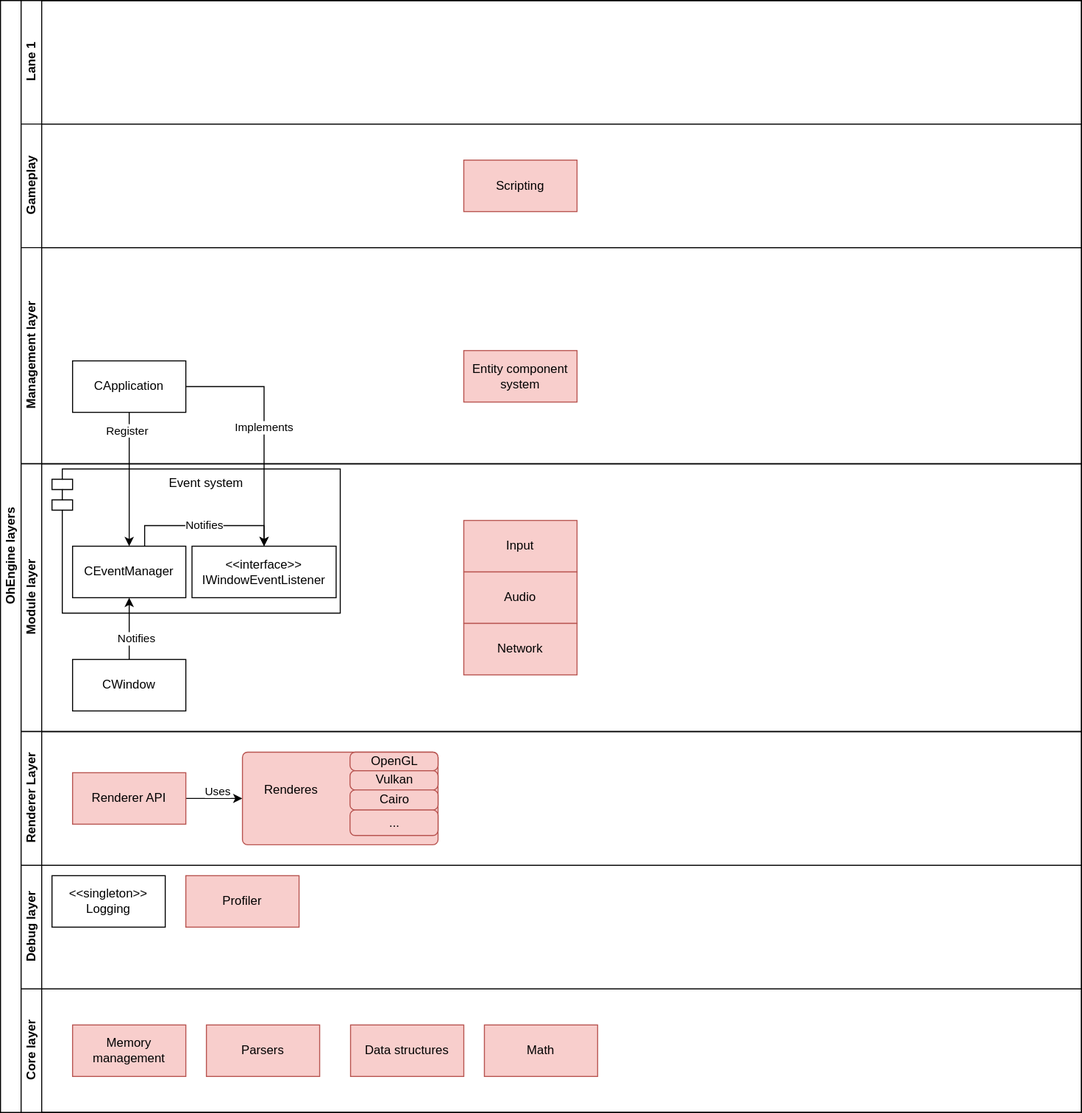
Earlier version of the draw.io export docs/LayerDiagram.svg (eHonnef/OhEngine). Source tidied: cells renumbered, new cells last; positions are measured from the earlier drawing's top-left corner, leaving out a move shared by most shapes.
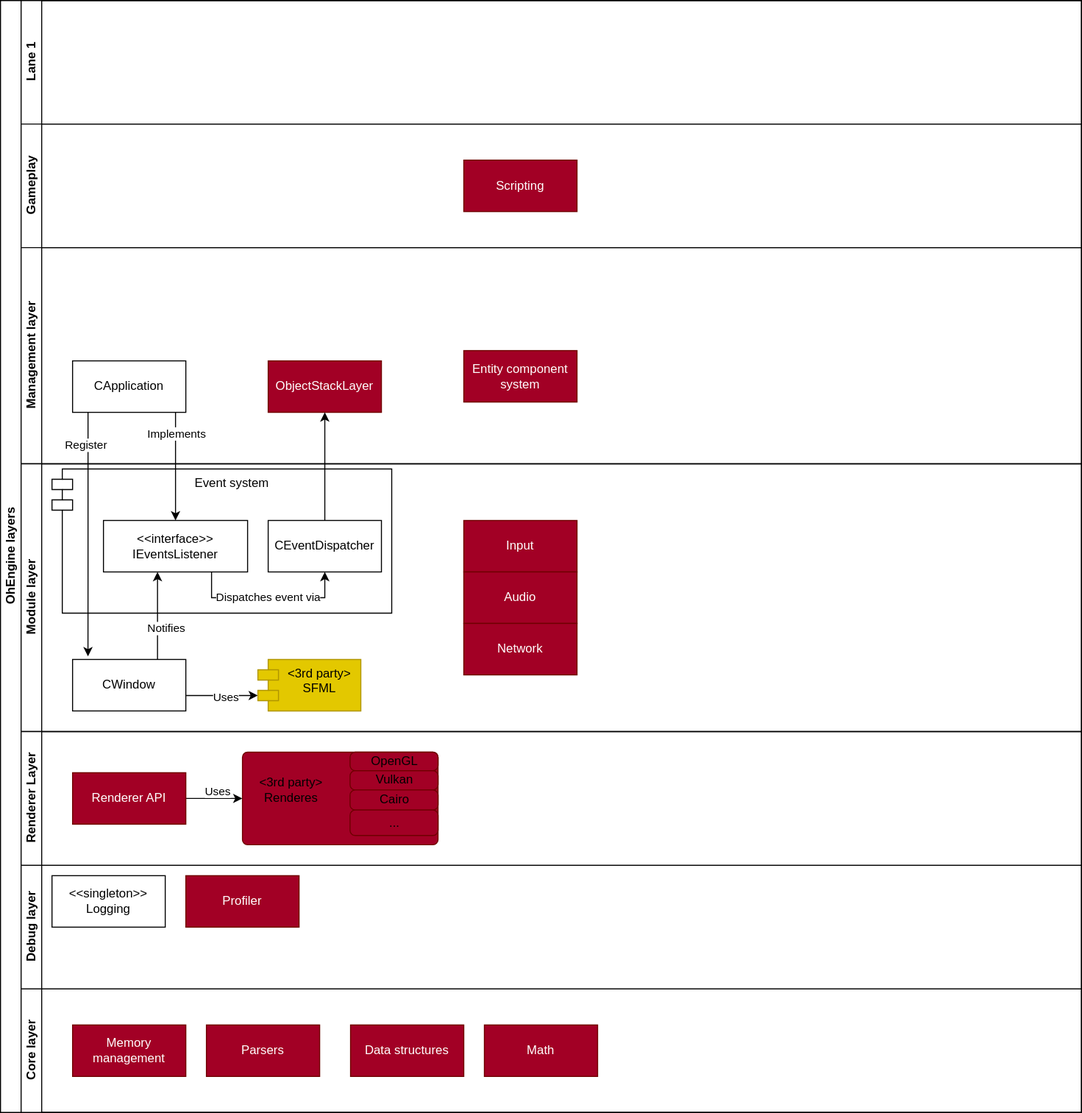
After the change.

The edit, as a diff of the source:
```diff
@@ -11,7 +11,7 @@
     <mxCell id="4" value="Gameplay" style="swimlane;startSize=20;horizontal=0;html=1;" parent="2" vertex="1">
       <mxGeometry x="20" y="120" width="1030" height="120" as="geometry" />
     </mxCell>
-    <mxCell id="5" value="Scripting" style="html=1;whiteSpace=wrap;fillColor=#f8cecc;strokeColor=#b85450;" parent="4" vertex="1">
+    <mxCell id="5" value="Scripting" style="html=1;whiteSpace=wrap;fillColor=#a20025;strokeColor=#6F0000;fontColor=#ffffff;" parent="4" vertex="1">
       <mxGeometry x="430" y="35" width="110" height="50" as="geometry" />
     </mxCell>
     <mxCell id="6" value="Management layer" style="swimlane;startSize=20;horizontal=0;html=1;" parent="2" vertex="1">
@@ -20,47 +20,67 @@
     <mxCell id="7" value="CApplication" style="html=1;whiteSpace=wrap;" parent="6" vertex="1">
       <mxGeometry x="50" y="110" width="110" height="50" as="geometry" />
     </mxCell>
-    <mxCell id="8" value="Entity component system" style="html=1;whiteSpace=wrap;fillColor=#f8cecc;strokeColor=#b85450;" parent="6" vertex="1">
+    <mxCell id="8" value="Entity component system" style="html=1;whiteSpace=wrap;fillColor=#a20025;strokeColor=#6F0000;fontColor=#ffffff;" parent="6" vertex="1">
       <mxGeometry x="430" y="100" width="110" height="50" as="geometry" />
     </mxCell>
+    <mxCell id="42" value="ObjectStackLayer" style="html=1;whiteSpace=wrap;fillColor=#a20025;fontColor=#ffffff;strokeColor=#6F0000;" parent="6" vertex="1">
+      <mxGeometry x="240" y="110" width="110" height="50" as="geometry" />
+    </mxCell>
     <mxCell id="9" value="Module layer" style="swimlane;startSize=20;horizontal=0;html=1;" parent="2" vertex="1">
       <mxGeometry x="20" y="450" width="1030" height="260" as="geometry" />
     </mxCell>
+    <mxCell id="43" style="edgeStyle=orthogonalEdgeStyle;rounded=0;jettySize=auto;html=1;entryX=0;entryY=0;entryDx=0;entryDy=35;entryPerimeter=0;" parent="9" edge="1" source="10" target="47">
+      <mxGeometry relative="1" as="geometry">
+        <Array as="points">
+          <mxPoint x="230" y="225" />
+          <mxPoint x="230" y="225" />
+        </Array>
+      </mxGeometry>
+    </mxCell>
+    <mxCell id="44" value="Uses" style="edgeLabel;html=1;align=center;verticalAlign=middle;" parent="43" vertex="1">
+      <mxGeometry x="0.09" y="-1" relative="1" as="geometry" />
+    </mxCell>
     <mxCell id="10" value="CWindow" style="html=1;whiteSpace=wrap;" parent="9" vertex="1">
       <mxGeometry x="50" y="190" width="110" height="50" as="geometry" />
     </mxCell>
-    <mxCell id="11" value="Input" style="html=1;whiteSpace=wrap;fillColor=#f8cecc;strokeColor=#b85450;" parent="9" vertex="1">
+    <mxCell id="11" value="Input" style="html=1;whiteSpace=wrap;fillColor=#a20025;strokeColor=#6F0000;fontColor=#ffffff;" parent="9" vertex="1">
       <mxGeometry x="430" y="55" width="110" height="50" as="geometry" />
     </mxCell>
-    <mxCell id="12" value="Audio" style="html=1;whiteSpace=wrap;fillColor=#f8cecc;strokeColor=#b85450;" parent="9" vertex="1">
+    <mxCell id="12" value="Audio" style="html=1;whiteSpace=wrap;fillColor=#a20025;strokeColor=#6F0000;fontColor=#ffffff;" parent="9" vertex="1">
       <mxGeometry x="430" y="105" width="110" height="50" as="geometry" />
     </mxCell>
-    <mxCell id="13" value="Network" style="html=1;whiteSpace=wrap;fillColor=#f8cecc;strokeColor=#b85450;" parent="9" vertex="1">
+    <mxCell id="13" value="Network" style="html=1;whiteSpace=wrap;fillColor=#a20025;strokeColor=#6F0000;fontColor=#ffffff;" parent="9" vertex="1">
       <mxGeometry x="430" y="155" width="110" height="50" as="geometry" />
     </mxCell>
     <mxCell id="14" value="Event system" style="shape=module;align=left;spacingLeft=20;align=center;verticalAlign=top;whiteSpace=wrap;html=1;" parent="9" vertex="1">
-      <mxGeometry x="30" y="5" width="280" height="140" as="geometry" />
+      <mxGeometry x="30" y="5" width="330" height="140" as="geometry" />
     </mxCell>
+    <mxCell id="45" value="Dispatches event via" style="edgeStyle=orthogonalEdgeStyle;rounded=0;jettySize=auto;html=1;entryX=0.5;entryY=1;entryDx=0;entryDy=0;exitX=0.75;exitY=1;exitDx=0;exitDy=0;" parent="9" edge="1" source="15" target="46">
+      <mxGeometry relative="1" as="geometry">
+        <Array as="points">
+          <mxPoint x="185" y="130" />
+          <mxPoint x="295" y="130" />
+        </Array>
+      </mxGeometry>
+    </mxCell>
-    <mxCell id="15" value="&amp;lt;&amp;lt;interface&amp;gt;&amp;gt;&lt;br&gt;IWindowEventListener" style="html=1;whiteSpace=wrap;" parent="9" vertex="1">
-      <mxGeometry x="166" y="80" width="140" height="50" as="geometry" />
+    <mxCell id="15" value="&amp;lt;&amp;lt;interface&amp;gt;&amp;gt;&lt;br&gt;IEventsListener" style="html=1;whiteSpace=wrap;" parent="9" vertex="1">
+      <mxGeometry x="80" y="55" width="140" height="50" as="geometry" />
     </mxCell>
-    <mxCell id="16" value="Notifies" style="edgeStyle=orthogonalEdgeStyle;rounded=0;jettySize=auto;html=1;" parent="9" edge="1" source="17" target="15">
-      <mxGeometry relative="1" as="geometry">
+    <mxCell id="16" value="Notifies" style="edgeStyle=orthogonalEdgeStyle;rounded=0;jettySize=auto;html=1;exitX=0.75;exitY=0;exitDx=0;exitDy=0;" parent="9" edge="1" source="10" target="15">
+      <mxGeometry x="-0.29" y="-7" relative="1" as="geometry">
         <Array as="points">
-          <mxPoint x="120" y="60" />
-          <mxPoint x="236" y="60" />
+          <mxPoint x="133" y="110" />
+          <mxPoint x="133" y="110" />
         </Array>
+        <mxPoint x="1" as="offset" />
       </mxGeometry>
     </mxCell>
-    <mxCell id="17" value="CEventManager" style="html=1;whiteSpace=wrap;" parent="9" vertex="1">
-      <mxGeometry x="50" y="80" width="110" height="50" as="geometry" />
-    </mxCell>
-    <mxCell id="18" style="edgeStyle=orthogonalEdgeStyle;rounded=0;jettySize=auto;html=1;entryX=0.5;entryY=1;entryDx=0;entryDy=0;" parent="9" edge="1" source="10" target="17">
-      <mxGeometry relative="1" as="geometry" />
-    </mxCell>
-    <mxCell id="19" value="Notifies" style="edgeLabel;html=1;align=center;verticalAlign=middle;" parent="18" vertex="1">
-      <mxGeometry x="-0.3" y="-6" relative="1" as="geometry" />
-    </mxCell>
+    <mxCell id="46" value="CEventDispatcher" style="html=1;whiteSpace=wrap;" parent="9" vertex="1">
+      <mxGeometry x="240" y="55" width="110" height="50" as="geometry" />
+    </mxCell>
+    <mxCell id="47" value="&amp;lt;3rd party&amp;gt;&lt;br&gt;SFML" style="shape=module;align=left;spacingLeft=20;align=center;verticalAlign=top;whiteSpace=wrap;html=1;fillColor=#e3c800;fontColor=#000000;strokeColor=#B09500;" parent="9" vertex="1">
+      <mxGeometry x="230" y="190" width="100" height="50" as="geometry" />
+    </mxCell>
     <mxCell id="20" value="Renderer Layer" style="swimlane;startSize=20;horizontal=0;html=1;" parent="2" vertex="1">
       <mxGeometry x="20" y="710" width="1030" height="130" as="geometry" />
     </mxCell>
@@ -72,13 +92,13 @@
         <mxPoint x="8" y="-10" as="offset" />
       </mxGeometry>
     </mxCell>
-    <mxCell id="23" value="Renderer API" style="html=1;whiteSpace=wrap;fillColor=#f8cecc;strokeColor=#b85450;" parent="20" vertex="1">
+    <mxCell id="23" value="Renderer API" style="html=1;whiteSpace=wrap;fillColor=#a20025;strokeColor=#6F0000;fontColor=#ffffff;" parent="20" vertex="1">
       <mxGeometry x="50" y="40" width="110" height="50" as="geometry" />
     </mxCell>
-    <mxCell id="24" style="rounded=1;absoluteArcSize=1;html=1;arcSize=10;fillColor=#f8cecc;strokeColor=#b85450;" parent="20" vertex="1">
+    <mxCell id="24" style="rounded=1;absoluteArcSize=1;html=1;arcSize=10;fillColor=#a20025;strokeColor=#6F0000;fontColor=#ffffff;" parent="20" vertex="1">
       <mxGeometry x="215" y="20" width="190" height="90" as="geometry" />
     </mxCell>
-    <mxCell id="25" value="Renderes" style="html=1;shape=mxgraph.er.anchor;whiteSpace=wrap;" parent="24" vertex="1">
+    <mxCell id="25" value="&amp;lt;3rd party&amp;gt;&lt;br&gt;Renderes" style="html=1;shape=mxgraph.er.anchor;whiteSpace=wrap;" parent="24" vertex="1">
       <mxGeometry width="95" height="75" as="geometry" />
     </mxCell>
     <mxCell id="26" value="Vulkan" style="rounded=1;absoluteArcSize=1;html=1;arcSize=10;whiteSpace=wrap;strokeColor=inherit;fillColor=inherit;" parent="24" vertex="1">
@@ -99,37 +119,50 @@
     <mxCell id="31" value="&amp;lt;&amp;lt;singleton&amp;gt;&amp;gt;&lt;br&gt;Logging" style="html=1;whiteSpace=wrap;" parent="30" vertex="1">
       <mxGeometry x="30" y="10" width="110" height="50" as="geometry" />
     </mxCell>
-    <mxCell id="32" value="Profiler" style="html=1;whiteSpace=wrap;fillColor=#f8cecc;strokeColor=#b85450;" parent="30" vertex="1">
+    <mxCell id="32" value="Profiler" style="html=1;whiteSpace=wrap;fillColor=#a20025;strokeColor=#6F0000;fontColor=#ffffff;" parent="30" vertex="1">
       <mxGeometry x="160" y="10" width="110" height="50" as="geometry" />
     </mxCell>
     <mxCell id="33" value="Core layer" style="swimlane;startSize=20;horizontal=0;html=1;" parent="2" vertex="1">
       <mxGeometry x="20" y="960" width="1030" height="120" as="geometry" />
     </mxCell>
-    <mxCell id="34" value="Memory management" style="html=1;whiteSpace=wrap;fillColor=#f8cecc;strokeColor=#b85450;" parent="33" vertex="1">
+    <mxCell id="34" value="Memory management" style="html=1;whiteSpace=wrap;fillColor=#a20025;strokeColor=#6F0000;fontColor=#ffffff;" parent="33" vertex="1">
       <mxGeometry x="50" y="35" width="110" height="50" as="geometry" />
     </mxCell>
-    <mxCell id="35" value="Parsers" style="html=1;whiteSpace=wrap;fillColor=#f8cecc;strokeColor=#b85450;" parent="33" vertex="1">
+    <mxCell id="35" value="Parsers" style="html=1;whiteSpace=wrap;fillColor=#a20025;strokeColor=#6F0000;fontColor=#ffffff;" parent="33" vertex="1">
       <mxGeometry x="180" y="35" width="110" height="50" as="geometry" />
     </mxCell>
-    <mxCell id="36" value="Data structures" style="html=1;whiteSpace=wrap;fillColor=#f8cecc;strokeColor=#b85450;" parent="33" vertex="1">
+    <mxCell id="36" value="Data structures" style="html=1;whiteSpace=wrap;fillColor=#a20025;strokeColor=#6F0000;fontColor=#ffffff;" parent="33" vertex="1">
       <mxGeometry x="320" y="35" width="110" height="50" as="geometry" />
     </mxCell>
-    <mxCell id="37" value="Math" style="html=1;whiteSpace=wrap;fillColor=#f8cecc;strokeColor=#b85450;" parent="33" vertex="1">
+    <mxCell id="37" value="Math" style="html=1;whiteSpace=wrap;fillColor=#a20025;strokeColor=#6F0000;fontColor=#ffffff;" parent="33" vertex="1">
       <mxGeometry x="450" y="35" width="110" height="50" as="geometry" />
     </mxCell>
     <mxCell id="38" style="edgeStyle=orthogonalEdgeStyle;rounded=0;jettySize=auto;html=1;entryX=0.5;entryY=0;entryDx=0;entryDy=0;" parent="2" edge="1" source="7" target="15">
-      <mxGeometry relative="1" as="geometry" />
+      <mxGeometry relative="1" as="geometry">
+        <Array as="points">
+          <mxPoint x="170" y="430" />
+          <mxPoint x="170" y="430" />
+        </Array>
+      </mxGeometry>
     </mxCell>
     <mxCell id="39" value="Implements" style="edgeLabel;html=1;align=center;verticalAlign=middle;" parent="38" vertex="1">
       <mxGeometry x="0.27" y="4" relative="1" as="geometry">
-        <mxPoint x="-5" y="-31" as="offset" />
+        <mxPoint x="-4" y="-47" as="offset" />
       </mxGeometry>
     </mxCell>
-    <mxCell id="40" style="edgeStyle=orthogonalEdgeStyle;rounded=0;jettySize=auto;html=1;" parent="2" edge="1" source="7" target="17">
-      <mxGeometry relative="1" as="geometry" />
+    <mxCell id="40" style="edgeStyle=orthogonalEdgeStyle;rounded=0;jettySize=auto;html=1;entryX=0.136;entryY=-0.06;entryDx=0;entryDy=0;entryPerimeter=0;" parent="2" edge="1" source="7" target="10">
+      <mxGeometry relative="1" as="geometry">
+        <Array as="points">
+          <mxPoint x="85" y="560" />
+          <mxPoint x="85" y="560" />
+        </Array>
+      </mxGeometry>
     </mxCell>
     <mxCell id="41" value="Register" style="edgeLabel;html=1;align=center;verticalAlign=middle;" parent="40" vertex="1">
       <mxGeometry x="-0.74" y="-3" relative="1" as="geometry" />
     </mxCell>
+    <mxCell id="48" style="edgeStyle=orthogonalEdgeStyle;rounded=0;jettySize=auto;html=1;entryX=0.5;entryY=1;entryDx=0;entryDy=0;" parent="2" edge="1" source="46" target="42">
+      <mxGeometry relative="1" as="geometry" />
+    </mxCell>
   </root>
 </mxGraphModel>
```
